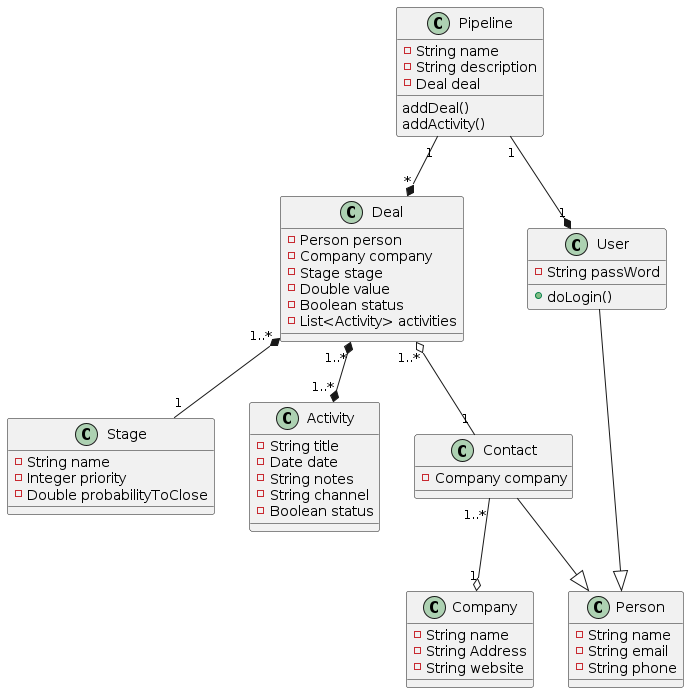
Earlier version of the PlantUML export out/planning/uml/crm33/CRM33.png (igormedeiros/crm33). The source it was exported from:
```plantuml
@startuml CRM33


class Pipeline{
  -String name
  -String description
  -Deal deal
  addDeal()
  addActivity()

}

class Stage{
  -String name
  - Integer priority
  -Double probabilityToClose
}

class Deal{
  -Person person
  -Company company
  -Stage stage
  -Double value
  -Boolean status
  -List<Activity> activities
}


class Activity{
  -String title
  -Date date
  -String notes
  -String channel
  -Boolean status

}

class Person{
  -String name
  -String email
  -String phone
}

class Contact{
  -Company company
}

class User{
  -String passWord
  +doLogin()
}

class Company{
  -String name
  -String Address
  -String website

}

User --|> Person
Contact --|> Person

Pipeline "1" --* "*" Deal
Pipeline "1" --* "1" User
Deal "1..*" *-- "1" Stage
Deal "1..*" o-- "1" Contact
Contact "1..*" --o "1" Company
Deal "1..*" *--* "1..*" Activity

@enduml
```
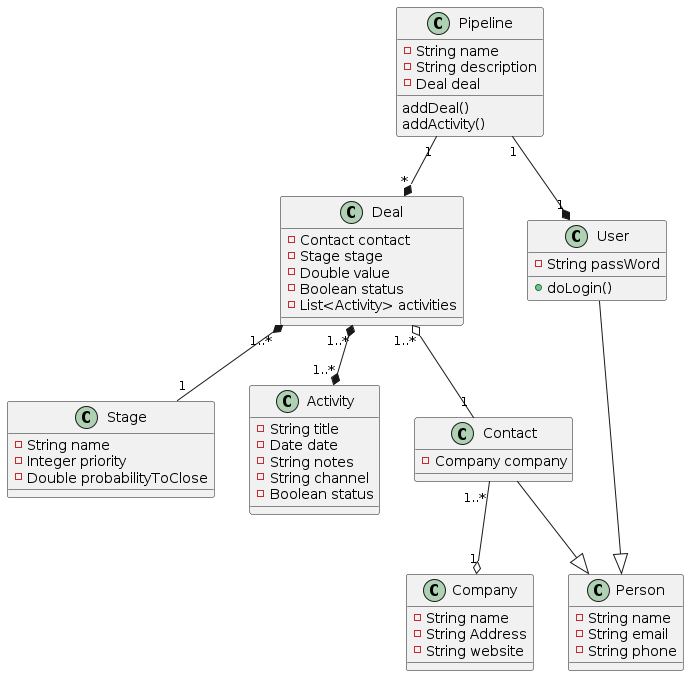
Later version of the same file.

Change to the diagram source:
```diff
@@ -17,8 +17,7 @@
 }
 
 class Deal{
-  -Person person
-  -Company company
+  -Contact contact
   -Stage stage
   -Double value
   -Boolean status
```
